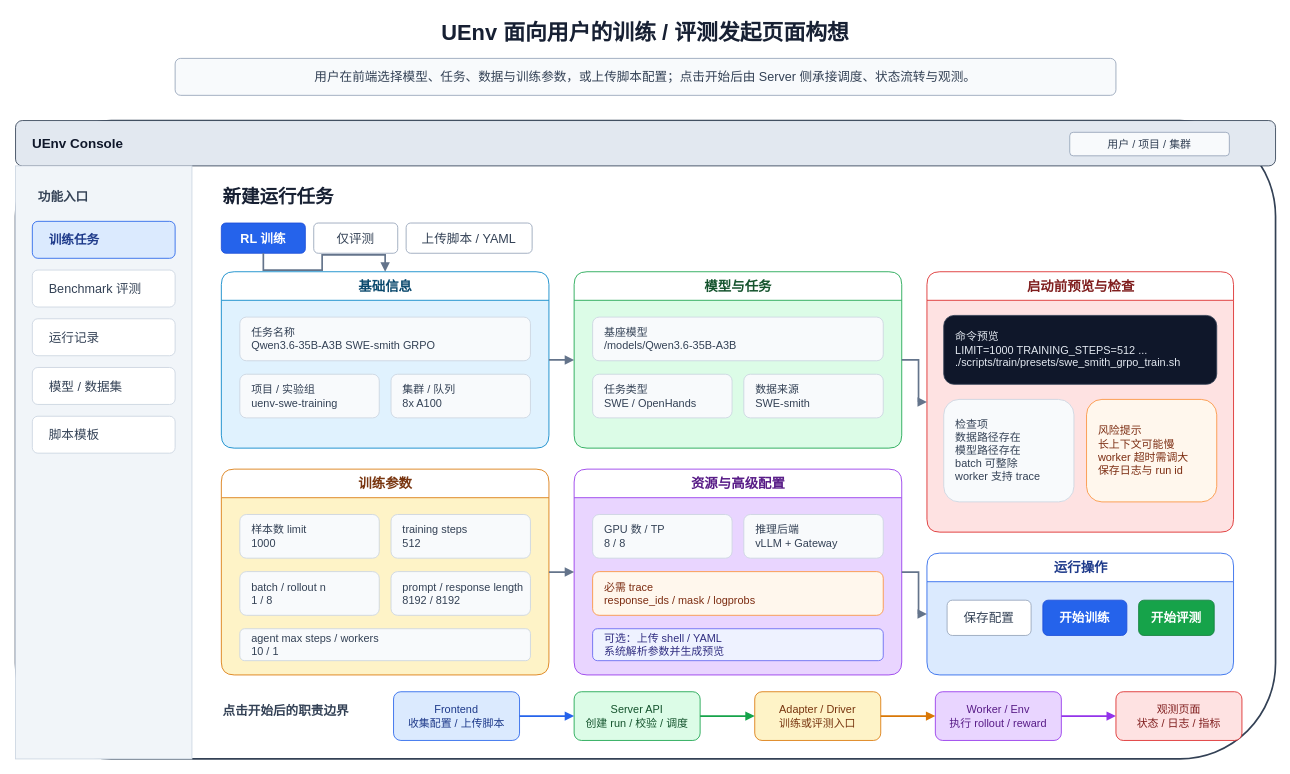
Above: uenv-bridge/docs/asset/uenv-user-training-eval-frontend.drawio in audreyyan1015/uenv_pre_release (draw.io), before the change. Source tidied: cells renumbered, new cells numbered last; positions are measured from the earlier drawing's top-left corner, leaving out a move shared by most shapes. Both pictures are drawn from the tidied source at 84%, with x=0, y=0 at pixel (15, 14).
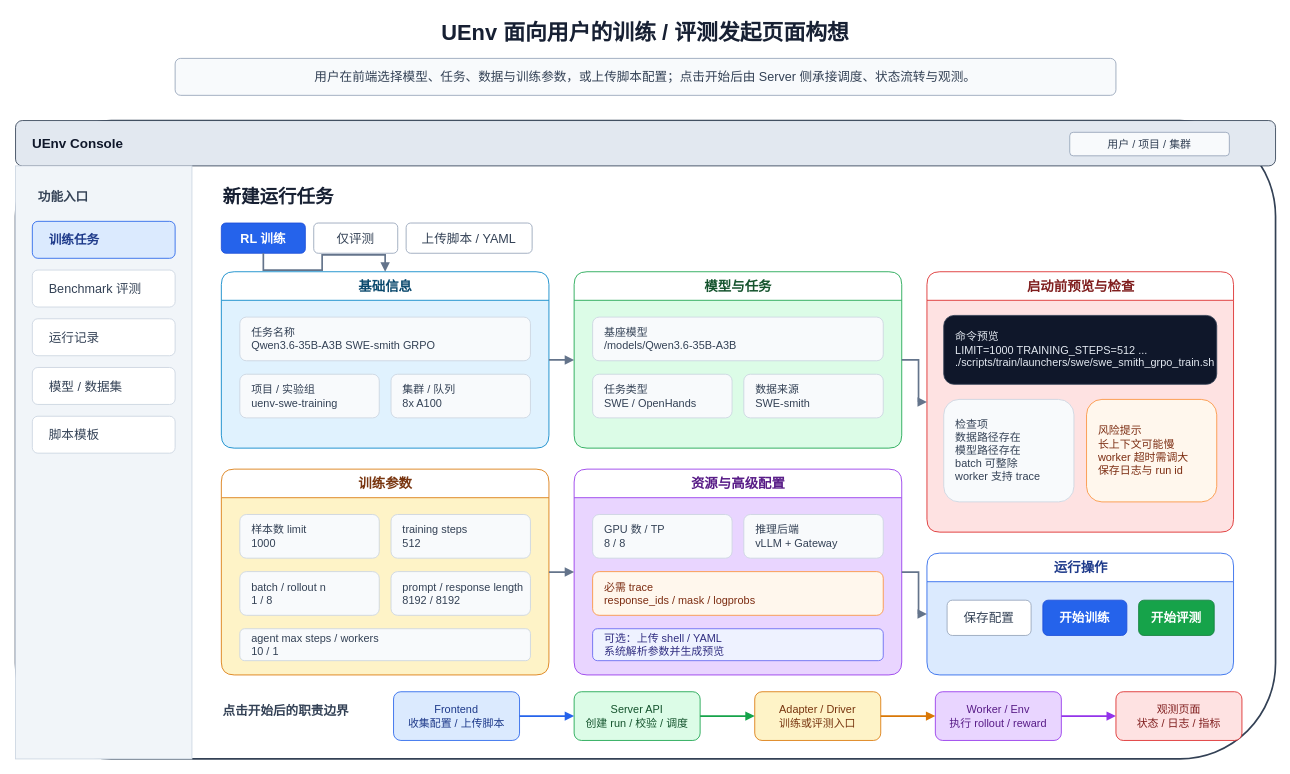
The same diagram, later.

Unchanged cells that the change refers to:
```xml
<mxCell id="37" value="启动前预览与检查" style="swimlane;html=1;rounded=1;startSize=34;fillColor=#ffffff;swimlaneFillColor=#fee2e2;strokeColor=#dc2626;fontStyle=1;fontSize=16;fontColor=#7f1d1d;" parent="1" vertex="1">
  <mxGeometry x="1085" y="306" width="365" height="310" as="geometry" />
</mxCell>
```

Change to the diagram source:
```diff
@@
-    <mxCell id="38" value="命令预览&#10;LIMIT=1000 TRAINING_STEPS=512 ...&#10;./scripts/train/presets/swe_smith_grpo_train.sh" style="rounded=1;whiteSpace=wrap;html=1;fillColor=#0f172a;strokeColor=#334155;fontSize=13;fontColor=#e2e8f0;align=left;spacingLeft=12;" parent="37" vertex="1">
+    <mxCell id="38" value="命令预览&#10;LIMIT=1000 TRAINING_STEPS=512 ...&#10;./scripts/train/launchers/swe/swe_smith_grpo_train.sh" style="rounded=1;whiteSpace=wrap;html=1;fillColor=#0f172a;strokeColor=#334155;fontSize=13;fontColor=#e2e8f0;align=left;spacingLeft=12;" parent="37" vertex="1">
       <mxGeometry x="20" y="52" width="325" height="82" as="geometry" />
     </mxCell>
```
